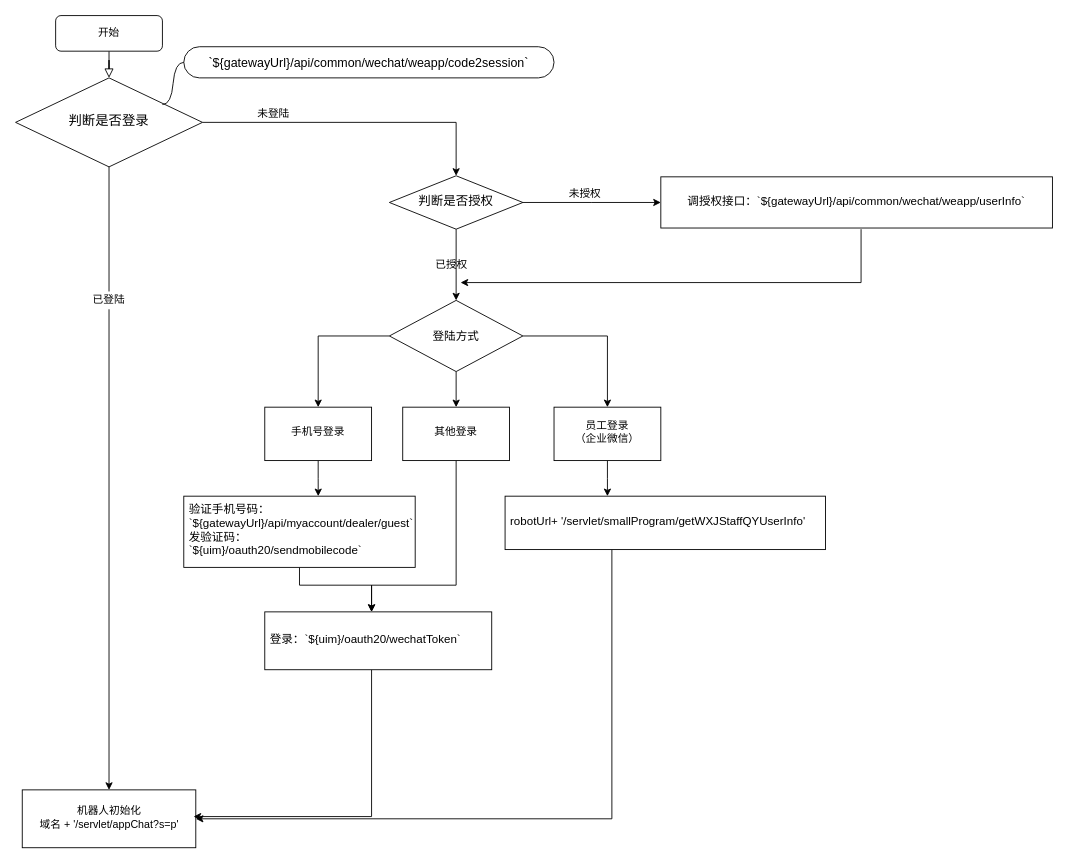
Before: Untitled Diagram.drawio in Rebecca456/HTML-CSS-JS, a draw.io diagram. Source tidied: cells renumbered, new cells numbered last; positions are measured from the earlier drawing's top-left corner, leaving out a move shared by most shapes. Both pictures are drawn from the tidied source at 89%, with x=0, y=0 at pixel (15, 15).
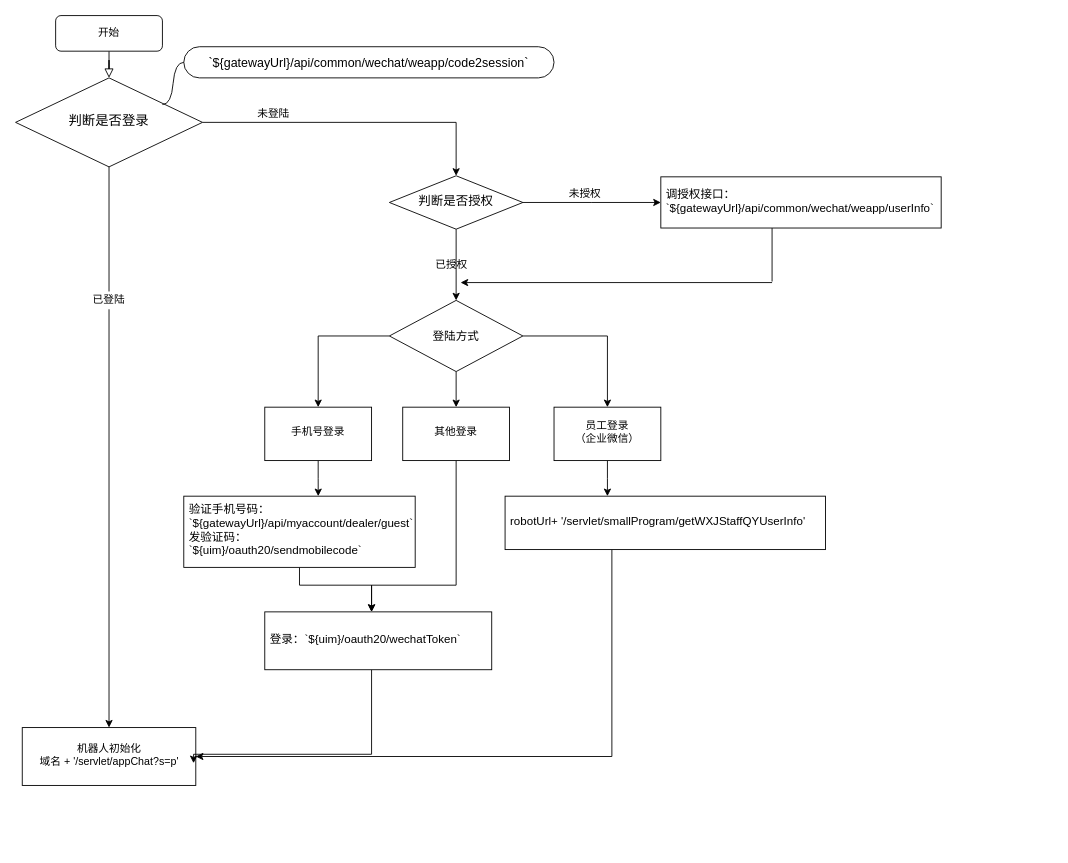
After the change.

Unchanged cells that the change refers to:
```xml
<mxCell id="20" value="登录：`${uim}/oauth20/wechatToken`" style="html=1;shadow=0;strokeWidth=1;spacing=6;spacingTop=-4;fontSize=13;align=left;whiteSpace=wrap;" parent="1" vertex="1">
  <mxGeometry x="280" y="670" width="255" height="65" as="geometry" />
</mxCell>
<mxCell id="30" value="robotUrl+ '/servlet/smallProgram/getWXJStaffQYUserInfo'" style="html=1;shadow=0;strokeWidth=1;spacing=6;spacingTop=-4;fontSize=13;align=left;whiteSpace=wrap;" parent="1" vertex="1">
  <mxGeometry x="550" y="540" width="360" height="60" as="geometry" />
</mxCell>
```

The edit, as a diff of the source:
```diff
@@
     <mxCell id="9" value="机器人初始化&lt;br&gt;域名 + '/servlet/appChat?s=p'" style="whiteSpace=wrap;html=1;shadow=0;strokeWidth=1;spacing=6;spacingTop=-4;" parent="1" vertex="1">
-      <mxGeometry x="7.5" y="870" width="195" height="65" as="geometry" />
+      <mxGeometry x="7.5" y="800" width="195" height="65" as="geometry" />
     </mxCell>
@@
-    <mxCell id="16" value="调授权接口：`${gatewayUrl}/api/common/wechat/weapp/userInfo`" style="whiteSpace=wrap;html=1;shadow=0;strokeWidth=1;spacing=6;spacingTop=-4;fontSize=13;" parent="1" vertex="1">
-      <mxGeometry x="725" y="181.2" width="440" height="57.5" as="geometry" />
+    <mxCell id="16" value="调授权接口：&lt;br&gt;`${gatewayUrl}/api/common/wechat/weapp/userInfo`" style="whiteSpace=wrap;html=1;shadow=0;strokeWidth=1;spacing=6;spacingTop=-4;fontSize=13;align=left;" parent="1" vertex="1">
+      <mxGeometry x="725" y="181.2" width="315" height="57.5" as="geometry" />
     </mxCell>
@@
     <mxCell id="19" style="edgeStyle=orthogonalEdgeStyle;rounded=0;jettySize=auto;html=1;fontSize=13;" parent="1" edge="1" source="20">
       <mxGeometry relative="1" as="geometry">
-        <mxPoint x="200" y="900" as="targetPoint" />
+        <mxPoint x="200" y="840" as="targetPoint" />
         <Array as="points">
-          <mxPoint x="400" y="900" />
+          <mxPoint x="400" y="830" />
+          <mxPoint x="200" y="830" />
         </Array>
       </mxGeometry>
     </mxCell>
@@
     <mxCell id="23" style="endArrow=classic;html=1;fontSize=13;" parent="1" edge="1">
       <mxGeometry relative="1" as="geometry">
-        <mxPoint x="950" y="300" as="sourcePoint" />
+        <mxPoint x="850" y="300" as="sourcePoint" />
         <mxPoint x="500" y="300" as="targetPoint" />
       </mxGeometry>
     </mxCell>
     <mxCell id="24" style="endArrow=none;html=1;fontSize=13;" parent="1" edge="1">
       <mxGeometry relative="1" as="geometry">
-        <mxPoint x="950" y="300" as="sourcePoint" />
-        <mxPoint x="950" y="240" as="targetPoint" />
+        <mxPoint x="850" y="298.8" as="sourcePoint" />
+        <mxPoint x="850" y="238.8" as="targetPoint" />
       </mxGeometry>
     </mxCell>
@@
     <mxCell id="29" style="edgeStyle=orthogonalEdgeStyle;rounded=0;jettySize=auto;html=1;entryX=1;entryY=0.5;entryDx=0;entryDy=0;fontSize=13;" parent="1" edge="1" source="30" target="9">
       <mxGeometry relative="1" as="geometry">
         <Array as="points">
-          <mxPoint x="670" y="903" />
+          <mxPoint x="670" y="833" />
         </Array>
       </mxGeometry>
     </mxCell>
```
